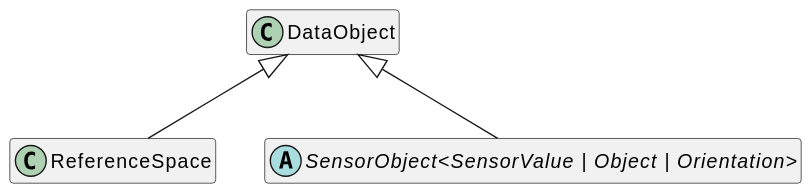
The PlantUML diagram assets/DataObject-umlClassDiagram-3375.svg in OpenHPS/openhps-core, before a commit. Its diagram source:
```plantuml
@startuml
skinparam BackgroundColor transparent
hide empty methods
hide empty fields
class "DataObject" {
}
class "ReferenceSpace" {
}
"DataObject" <|-- "ReferenceSpace"
abstract class "SensorObject<SensorValue | Object | Orientation>" {
}
"DataObject" <|-- "SensorObject<SensorValue | Object | Orientation>"
@enduml
```
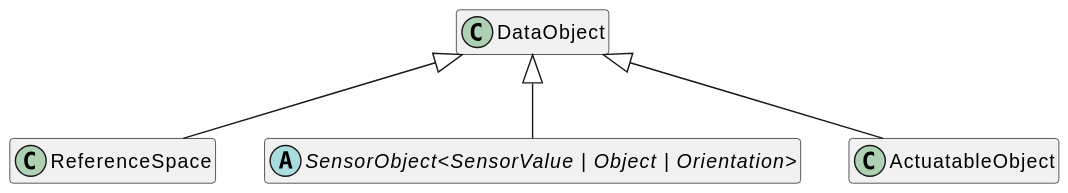
Later version of the same file.

What changed in the source:
```diff
@@ -10,4 +10,7 @@
 abstract class "SensorObject<SensorValue | Object | Orientation>" {
 }
 "DataObject" <|-- "SensorObject<SensorValue | Object | Orientation>"
+class "ActuatableObject" {
+}
+"DataObject" <|-- "ActuatableObject"
 @enduml
```
